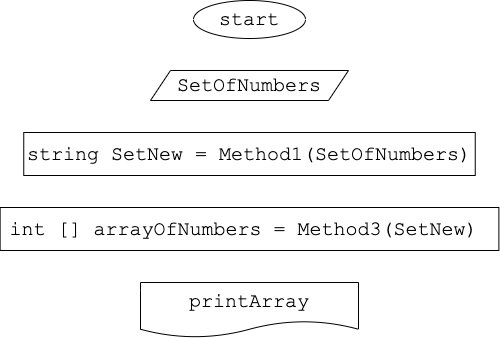
Above: Homework4/Homework003/diagram.drawio.png in Babamuratov/Homework (draw.io), before the change. Source tidied: cells renumbered, new cells last; positions are measured from the earlier drawing's top-left corner, leaving out a move shared by most shapes.
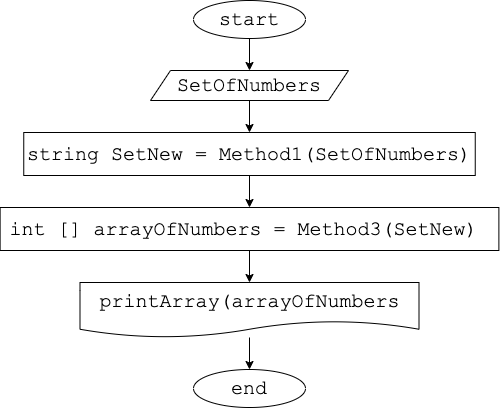
After the commit.

Commit message:
Добавлена блок-схема

What changed in the source:
```diff
@@ -2,20 +2,38 @@
   <root>
     <mxCell id="0" />
     <mxCell id="1" parent="0" />
+    <mxCell id="7" style="edgeStyle=none;html=1;fontFamily=Courier New;fontSize=20;" parent="1" edge="1" source="2" target="3">
+      <mxGeometry relative="1" as="geometry" />
+    </mxCell>
     <mxCell id="2" value="start" style="ellipse;whiteSpace=wrap;html=1;fontSize=20;fontFamily=Courier New;" parent="1" vertex="1">
       <mxGeometry x="193" width="112" height="38" as="geometry" />
     </mxCell>
+    <mxCell id="8" style="edgeStyle=none;html=1;fontFamily=Courier New;fontSize=20;" parent="1" edge="1" source="3" target="4">
+      <mxGeometry relative="1" as="geometry" />
+    </mxCell>
     <mxCell id="3" value="SetOfNumbers" style="shape=parallelogram;perimeter=parallelogramPerimeter;whiteSpace=wrap;html=1;fixedSize=1;fontFamily=Courier New;fontSize=20;" parent="1" vertex="1">
       <mxGeometry x="150" y="70" width="198" height="30" as="geometry" />
     </mxCell>
+    <mxCell id="9" style="edgeStyle=none;html=1;fontFamily=Courier New;fontSize=20;" parent="1" edge="1" source="4" target="5">
+      <mxGeometry relative="1" as="geometry" />
+    </mxCell>
     <mxCell id="4" value="string SetNew = Method1(SetOfNumbers)" style="rounded=0;whiteSpace=wrap;html=1;fontFamily=Courier New;fontSize=20;" parent="1" vertex="1">
       <mxGeometry x="23.2" y="132" width="451.5" height="43" as="geometry" />
     </mxCell>
+    <mxCell id="10" style="edgeStyle=none;html=1;fontFamily=Courier New;fontSize=20;" parent="1" edge="1" source="5" target="6">
+      <mxGeometry relative="1" as="geometry" />
+    </mxCell>
     <mxCell id="5" value="int [] arrayOfNumbers = Method3(SetNew)&amp;nbsp;" style="rounded=0;whiteSpace=wrap;html=1;fontFamily=Courier New;fontSize=20;" parent="1" vertex="1">
       <mxGeometry x="-0.4" y="207" width="498.8" height="43" as="geometry" />
     </mxCell>
+    <mxCell id="11" style="edgeStyle=none;html=1;fontFamily=Courier New;fontSize=20;" parent="1" edge="1" source="6" target="12">
+      <mxGeometry relative="1" as="geometry" />
+    </mxCell>
-    <mxCell id="6" value="printArray" style="shape=document;whiteSpace=wrap;html=1;boundedLbl=1;fontFamily=Courier New;fontSize=20;" parent="1" vertex="1">
-      <mxGeometry x="140" y="282" width="218" height="55" as="geometry" />
+    <mxCell id="6" value="printArray(arrayOfNumbers" style="shape=document;whiteSpace=wrap;html=1;boundedLbl=1;fontFamily=Courier New;fontSize=20;" parent="1" vertex="1">
+      <mxGeometry x="79.5" y="282" width="339" height="55" as="geometry" />
     </mxCell>
+    <mxCell id="12" value="end" style="ellipse;whiteSpace=wrap;html=1;fontSize=20;fontFamily=Courier New;" parent="1" vertex="1">
+      <mxGeometry x="193" y="369" width="112" height="38" as="geometry" />
+    </mxCell>
   </root>
 </mxGraphModel>
```
